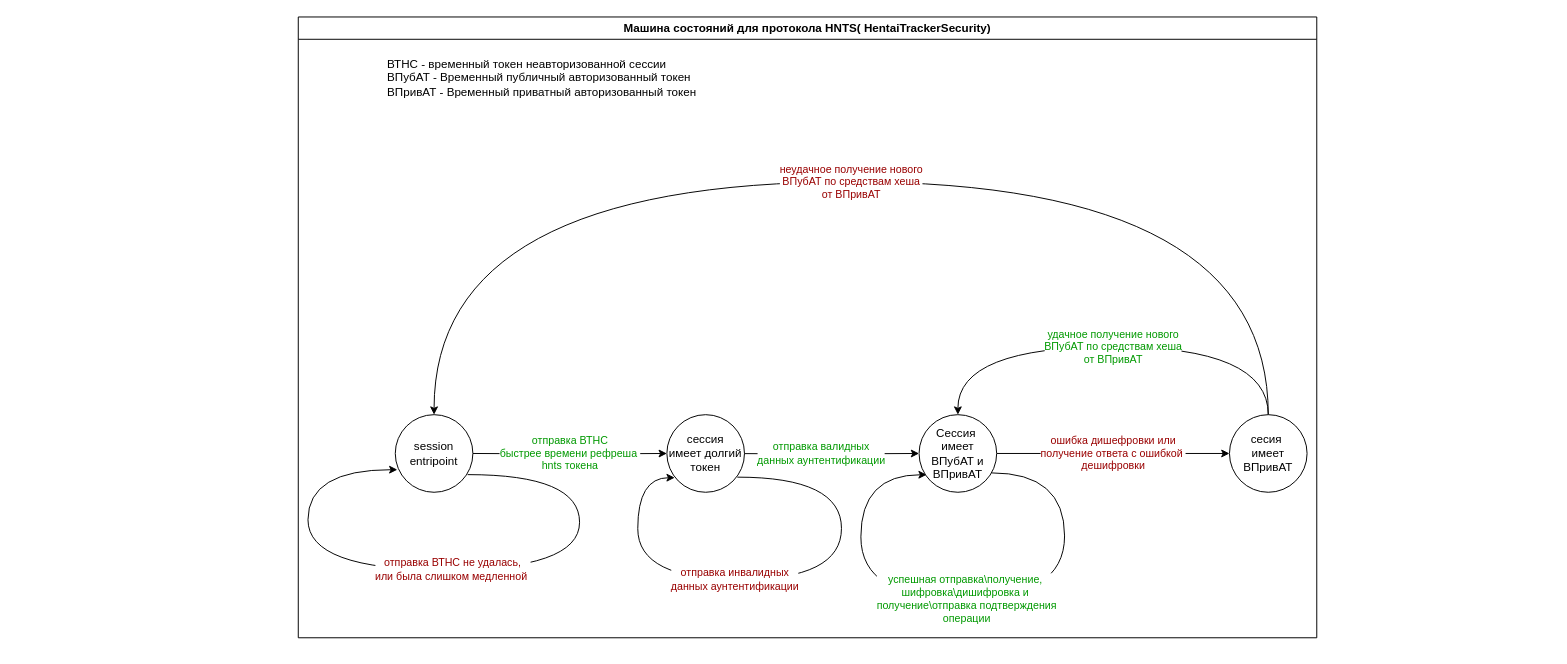
Earlier version of the draw.io diagram doc/state_mashine_HNTS.drawio (BlucherSKK/HentaiTraker). Source tidied: cells renumbered, new cells numbered last; positions are measured from the earlier drawing's top-left corner, leaving out a move shared by most shapes. Both pictures are drawn from the tidied source at 97%, with x=0, y=0 at pixel (298, 16).
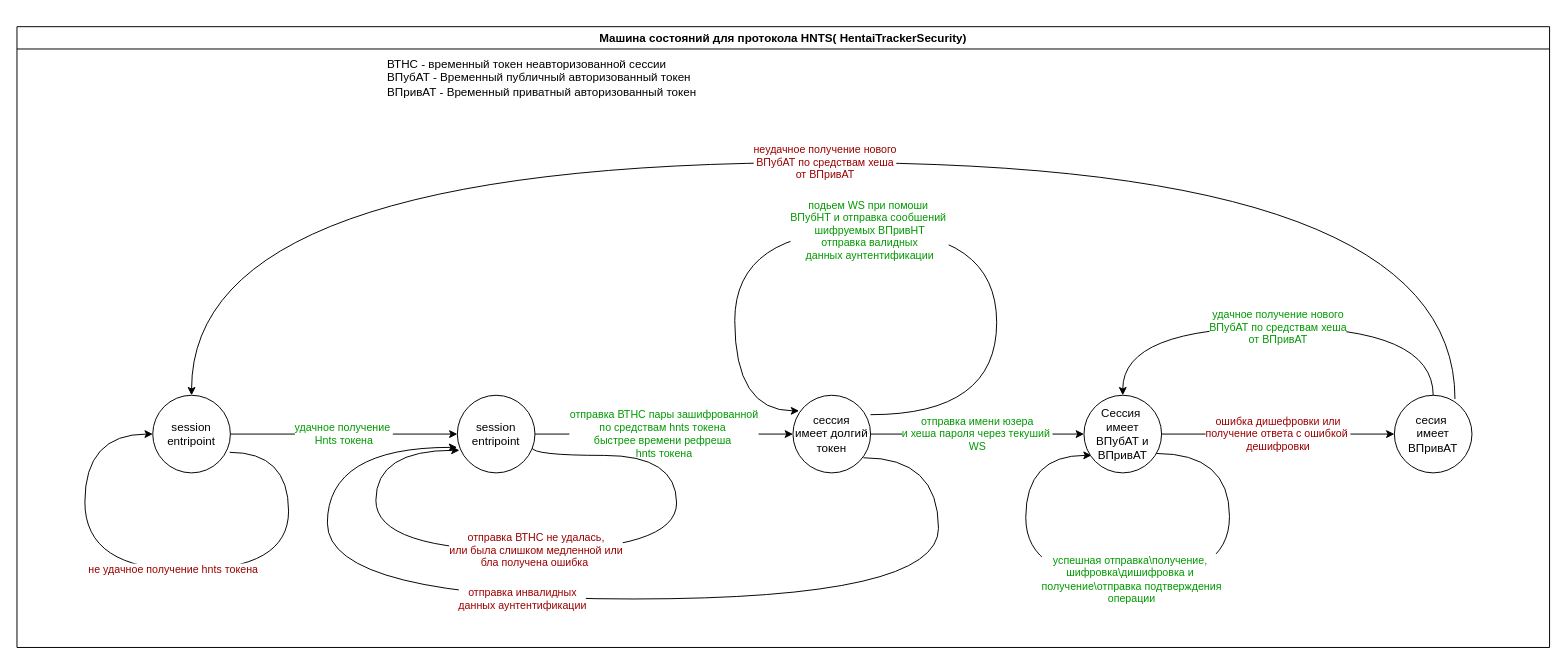
The same diagram, later.

Commit message (it also covers changes not shown here):
update security schema

Diff of the diagram source:
```diff
@@
+    <mxCell id="11" value="&lt;div&gt;ВТНС - временный токен неавторизованной сессии&lt;/div&gt;ВПубАТ - Временный публичный авторизованный токен&amp;nbsp;&lt;div&gt;ВПривАТ - Временный приватный авторизованный токен&lt;/div&gt;&lt;div&gt;&lt;br&gt;&lt;/div&gt;" style="text;html=1;whiteSpace=wrap;strokeColor=none;fillColor=none;align=left;verticalAlign=middle;rounded=0;" parent="1" vertex="1">
+      <mxGeometry x="90" y="20" width="570" height="100" as="geometry" />
+    </mxCell>
+    <mxCell id="15" value="Машина состояний для протокола HNTS( HentaiTrackerSecurity)" style="swimlane;whiteSpace=wrap;html=1;" parent="1" vertex="1">
+      <mxGeometry x="-290" y="10" width="1580" height="640" as="geometry" />
+    </mxCell>
-    <mxCell id="2" value="отправка ВТНС&lt;div&gt;быстрее времени рефреша&amp;nbsp;&lt;br&gt;hnts токена&lt;/div&gt;" style="edgeStyle=orthogonalEdgeStyle;rounded=0;jettySize=auto;html=1;entryX=0;entryY=0.5;entryDx=0;entryDy=0;fontColor=#009900;" parent="1" edge="1" target="7">
-      <mxGeometry relative="1" as="geometry">
-        <mxPoint x="180" y="450" as="sourcePoint" />
-      </mxGeometry>
+    <mxCell id="2" value="отправка ВТНС пары зашифрованной&lt;br&gt;по средствам hnts токена&amp;nbsp;&lt;div&gt;быстрее времени рефреша&amp;nbsp;&lt;br&gt;hnts токена&lt;/div&gt;" style="edgeStyle=orthogonalEdgeStyle;rounded=0;jettySize=auto;html=1;entryX=0;entryY=0.5;entryDx=0;entryDy=0;fontColor=#009900;exitX=1;exitY=0.5;exitDx=0;exitDy=0;" parent="15" edge="1" source="4" target="7">
+      <mxGeometry relative="1" as="geometry" />
     </mxCell>
-    <mxCell id="3" value="отправка ВТНС не удалась,&lt;br&gt;или была слишком медленной&amp;nbsp;" style="edgeStyle=orthogonalEdgeStyle;rounded=0;jettySize=auto;html=1;curved=1;exitX=0.932;exitY=0.811;exitDx=0;exitDy=0;exitPerimeter=0;entryX=0.027;entryY=0.709;entryDx=0;entryDy=0;entryPerimeter=0;fontColor=#990000;" parent="1" edge="1" target="4">
-      <mxGeometry relative="1" as="geometry">
-        <mxPoint x="174.6" y="471.8" as="sourcePoint" />
+    <mxCell id="3" value="отправка ВТНС не удалась,&lt;br&gt;или была слишком медленной или&lt;br&gt;бла получена ошибка&amp;nbsp;" style="edgeStyle=orthogonalEdgeStyle;rounded=0;orthogonalLoop=1;jettySize=auto;html=1;curved=1;exitX=0.961;exitY=0.673;exitDx=0;exitDy=0;exitPerimeter=0;entryX=0.027;entryY=0.709;entryDx=0;entryDy=0;entryPerimeter=0;fontColor=#990000;" parent="15" edge="1" source="4" target="4">
+      <mxGeometry x="0.06" relative="1" as="geometry">
         <Array as="points">
-          <mxPoint x="290" y="472" />
-          <mxPoint x="290" y="570" />
-          <mxPoint x="10" y="570" />
-          <mxPoint x="10" y="467" />
+          <mxPoint x="531" y="442" />
+          <mxPoint x="680" y="442" />
+          <mxPoint x="680" y="540" />
+          <mxPoint x="370" y="540" />
+          <mxPoint x="370" y="437" />
         </Array>
       </mxGeometry>
     </mxCell>
-    <mxCell id="4" value="session&lt;br&gt;entripoint" style="ellipse;whiteSpace=wrap;html=1;" parent="1" vertex="1">
-      <mxGeometry x="100" y="410" width="80" height="80" as="geometry" />
+    <mxCell id="4" value="session&lt;br&gt;entripoint" style="ellipse;whiteSpace=wrap;html=1;" parent="15" vertex="1">
+      <mxGeometry x="454" y="380" width="80" height="80" as="geometry" />
     </mxCell>
-    <mxCell id="5" value="отправка валидных&lt;br&gt;данных аунтентификации" style="edgeStyle=orthogonalEdgeStyle;rounded=0;jettySize=auto;html=1;entryX=0;entryY=0.5;entryDx=0;entryDy=0;fontColor=#009900;" parent="1" edge="1" target="10">
-      <mxGeometry x="0.04" relative="1" as="geometry">
-        <mxPoint x="432" y="450" as="sourcePoint" />
+    <mxCell id="5" value="подьем WS при помоши&amp;nbsp;&lt;br&gt;ВПубНТ и отправка сообшений&amp;nbsp;&lt;br&gt;шифруемых ВПривНТ&lt;br&gt;отправка валидных&lt;br&gt;данных аунтентификации" style="edgeStyle=orthogonalEdgeStyle;rounded=0;jettySize=auto;html=1;fontColor=#009900;curved=1;entryX=0.079;entryY=0.201;entryDx=0;entryDy=0;entryPerimeter=0;" parent="15" edge="1" target="7">
+      <mxGeometry x="0.07" relative="1" as="geometry">
+        <mxPoint x="880" y="400" as="sourcePoint" />
+        <Array as="points">
+          <mxPoint x="1010" y="400" />
+          <mxPoint x="1010" y="210" />
+          <mxPoint x="740" y="210" />
+          <mxPoint x="740" y="396" />
+        </Array>
       </mxGeometry>
     </mxCell>
-    <mxCell id="6" value="отправка инвалидных&lt;br&gt;данных аунтентификации" style="edgeStyle=orthogonalEdgeStyle;rounded=0;orthogonalLoop=1;jettySize=auto;html=1;entryX=0.101;entryY=0.812;entryDx=0;entryDy=0;entryPerimeter=0;curved=1;exitX=0.908;exitY=0.805;exitDx=0;exitDy=0;exitPerimeter=0;fontColor=#990000;" parent="1" edge="1" source="7" target="7">
+    <mxCell id="6" value="отправка инвалидных&lt;br&gt;данных аунтентификации" style="edgeStyle=orthogonalEdgeStyle;rounded=0;jettySize=auto;html=1;curved=1;exitX=0.908;exitY=0.805;exitDx=0;exitDy=0;exitPerimeter=0;fontColor=#990000;entryX=-0.003;entryY=0.671;entryDx=0;entryDy=0;entryPerimeter=0;" parent="15" edge="1" source="7" target="4">
       <mxGeometry x="0.14" relative="1" as="geometry">
         <Array as="points">
-          <mxPoint x="560" y="474" />
-          <mxPoint x="560" y="580" />
-          <mxPoint x="350" y="580" />
-          <mxPoint x="350" y="475" />
+          <mxPoint x="950" y="444" />
+          <mxPoint x="950" y="590" />
+          <mxPoint x="320" y="590" />
+          <mxPoint x="320" y="434" />
         </Array>
       </mxGeometry>
     </mxCell>
+    <mxCell id="16" value="отправка имени юзера&lt;br&gt;и хеша пароля через текуший&amp;nbsp;&lt;br&gt;WS" style="edgeStyle=orthogonalEdgeStyle;rounded=0;jettySize=auto;html=1;fontColor=#009900;" parent="15" edge="1" source="7" target="10">
+      <mxGeometry relative="1" as="geometry" />
+    </mxCell>
-    <mxCell id="7" value="сессия&lt;br&gt;имеет долгий&lt;br&gt;токен" style="ellipse;whiteSpace=wrap;html=1;" parent="1" vertex="1">
-      <mxGeometry x="380" y="410" width="80" height="80" as="geometry" />
+    <mxCell id="7" value="сессия&lt;br&gt;имеет долгий&lt;br&gt;токен" style="ellipse;whiteSpace=wrap;html=1;" parent="15" vertex="1">
+      <mxGeometry x="800" y="380" width="80" height="80" as="geometry" />
     </mxCell>
-    <mxCell id="8" value="успешная отправка\получение,&amp;nbsp;&lt;br&gt;шифровка\дишифровка и&amp;nbsp;&lt;br&gt;получение\отправка подтверждения&lt;br&gt;операции" style="edgeStyle=orthogonalEdgeStyle;rounded=0;orthogonalLoop=1;jettySize=auto;html=1;entryX=0.098;entryY=0.774;entryDx=0;entryDy=0;entryPerimeter=0;curved=1;fontColor=#009900;" parent="1" edge="1" source="10" target="10">
+    <mxCell id="8" value="успешная отправка\получение,&amp;nbsp;&lt;br&gt;шифровка\дишифровка и&amp;nbsp;&lt;br&gt;получение\отправка подтверждения&lt;br&gt;операции" style="edgeStyle=orthogonalEdgeStyle;rounded=0;orthogonalLoop=1;jettySize=auto;html=1;entryX=0.098;entryY=0.774;entryDx=0;entryDy=0;entryPerimeter=0;curved=1;fontColor=#009900;" parent="15" edge="1" source="10" target="10">
       <mxGeometry relative="1" as="geometry">
         <Array as="points">
-          <mxPoint x="790" y="470" />
-          <mxPoint x="790" y="600" />
-          <mxPoint x="580" y="600" />
-          <mxPoint x="580" y="472" />
+          <mxPoint x="1250" y="440" />
+          <mxPoint x="1250" y="570" />
+          <mxPoint x="1040" y="570" />
+          <mxPoint x="1040" y="442" />
         </Array>
       </mxGeometry>
     </mxCell>
-    <mxCell id="9" value="&lt;span style=&quot;font-family: Helvetica; font-size: 11px; font-style: normal; font-variant-ligatures: normal; font-variant-caps: normal; font-weight: 400; letter-spacing: normal; orphans: 2; text-align: center; text-indent: 0px; text-transform: none; widows: 2; word-spacing: 0px; -webkit-text-stroke-width: 0px; white-space: nowrap; background-color: rgb(255, 255, 255); text-decoration-thickness: initial; text-decoration-style: initial; text-decoration-color: initial; float: none; display: inline !important;&quot;&gt;ошибка дишефровки или&lt;/span&gt;&lt;br style=&quot;forced-color-adjust: none; font-family: Helvetica; font-size: 11px; font-style: normal; font-variant-ligatures: normal; font-variant-caps: normal; font-weight: 400; letter-spacing: normal; orphans: 2; text-align: center; text-indent: 0px; text-transform: none; widows: 2; word-spacing: 0px; -webkit-text-stroke-width: 0px; white-space: nowrap; text-decoration-thickness: initial; text-decoration-style: initial; text-decoration-color: initial;&quot;&gt;&lt;span style=&quot;font-family: Helvetica; font-size: 11px; font-style: normal; font-variant-ligatures: normal; font-variant-caps: normal; font-weight: 400; letter-spacing: normal; orphans: 2; text-align: center; text-indent: 0px; text-transform: none; widows: 2; word-spacing: 0px; -webkit-text-stroke-width: 0px; white-space: nowrap; background-color: rgb(255, 255, 255); text-decoration-thickness: initial; text-decoration-style: initial; text-decoration-color: initial; float: none; display: inline !important;&quot;&gt;получение ответа с ошибкой&amp;nbsp;&lt;/span&gt;&lt;br style=&quot;forced-color-adjust: none; font-family: Helvetica; font-size: 11px; font-style: normal; font-variant-ligatures: normal; font-variant-caps: normal; font-weight: 400; letter-spacing: normal; orphans: 2; text-align: center; text-indent: 0px; text-transform: none; widows: 2; word-spacing: 0px; -webkit-text-stroke-width: 0px; white-space: nowrap; text-decoration-thickness: initial; text-decoration-style: initial; text-decoration-color: initial;&quot;&gt;&lt;span style=&quot;font-family: Helvetica; font-size: 11px; font-style: normal; font-variant-ligatures: normal; font-variant-caps: normal; font-weight: 400; letter-spacing: normal; orphans: 2; text-align: center; text-indent: 0px; text-transform: none; widows: 2; word-spacing: 0px; -webkit-text-stroke-width: 0px; white-space: nowrap; background-color: rgb(255, 255, 255); text-decoration-thickness: initial; text-decoration-style: initial; text-decoration-color: initial; float: none; display: inline !important;&quot;&gt;дешифровки&lt;/span&gt;" style="edgeStyle=orthogonalEdgeStyle;rounded=0;jettySize=auto;html=1;fontColor=#990000;" parent="1" edge="1" source="10" target="14">
+    <mxCell id="9" value="&lt;span style=&quot;font-family: Helvetica; font-size: 11px; font-style: normal; font-variant-ligatures: normal; font-variant-caps: normal; font-weight: 400; letter-spacing: normal; orphans: 2; text-align: center; text-indent: 0px; text-transform: none; widows: 2; word-spacing: 0px; -webkit-text-stroke-width: 0px; white-space: nowrap; background-color: rgb(255, 255, 255); text-decoration-thickness: initial; text-decoration-style: initial; text-decoration-color: initial; float: none; display: inline !important;&quot;&gt;ошибка дишефровки или&lt;/span&gt;&lt;br style=&quot;forced-color-adjust: none; font-family: Helvetica; font-size: 11px; font-style: normal; font-variant-ligatures: normal; font-variant-caps: normal; font-weight: 400; letter-spacing: normal; orphans: 2; text-align: center; text-indent: 0px; text-transform: none; widows: 2; word-spacing: 0px; -webkit-text-stroke-width: 0px; white-space: nowrap; text-decoration-thickness: initial; text-decoration-style: initial; text-decoration-color: initial;&quot;&gt;&lt;span style=&quot;font-family: Helvetica; font-size: 11px; font-style: normal; font-variant-ligatures: normal; font-variant-caps: normal; font-weight: 400; letter-spacing: normal; orphans: 2; text-align: center; text-indent: 0px; text-transform: none; widows: 2; word-spacing: 0px; -webkit-text-stroke-width: 0px; white-space: nowrap; background-color: rgb(255, 255, 255); text-decoration-thickness: initial; text-decoration-style: initial; text-decoration-color: initial; float: none; display: inline !important;&quot;&gt;получение ответа с ошибкой&amp;nbsp;&lt;/span&gt;&lt;br style=&quot;forced-color-adjust: none; font-family: Helvetica; font-size: 11px; font-style: normal; font-variant-ligatures: normal; font-variant-caps: normal; font-weight: 400; letter-spacing: normal; orphans: 2; text-align: center; text-indent: 0px; text-transform: none; widows: 2; word-spacing: 0px; -webkit-text-stroke-width: 0px; white-space: nowrap; text-decoration-thickness: initial; text-decoration-style: initial; text-decoration-color: initial;&quot;&gt;&lt;span style=&quot;font-family: Helvetica; font-size: 11px; font-style: normal; font-variant-ligatures: normal; font-variant-caps: normal; font-weight: 400; letter-spacing: normal; orphans: 2; text-align: center; text-indent: 0px; text-transform: none; widows: 2; word-spacing: 0px; -webkit-text-stroke-width: 0px; white-space: nowrap; background-color: rgb(255, 255, 255); text-decoration-thickness: initial; text-decoration-style: initial; text-decoration-color: initial; float: none; display: inline !important;&quot;&gt;дешифровки&lt;/span&gt;" style="edgeStyle=orthogonalEdgeStyle;rounded=0;jettySize=auto;html=1;fontColor=#990000;" parent="15" edge="1" source="10" target="14">
       <mxGeometry relative="1" as="geometry" />
     </mxCell>
-    <mxCell id="10" value="Сессия&amp;nbsp;&lt;br&gt;имеет ВПубАТ и ВПривАТ" style="ellipse;whiteSpace=wrap;html=1;" parent="1" vertex="1">
-      <mxGeometry x="640" y="410" width="80" height="80" as="geometry" />
+    <mxCell id="10" value="Сессия&amp;nbsp;&lt;br&gt;имеет ВПубАТ и ВПривАТ" style="ellipse;whiteSpace=wrap;html=1;" parent="15" vertex="1">
+      <mxGeometry x="1100" y="380" width="80" height="80" as="geometry" />
     </mxCell>
-    <mxCell id="11" value="&lt;div&gt;ВТНС - временный токен неавторизованной сессии&lt;/div&gt;ВПубАТ - Временный публичный авторизованный токен&amp;nbsp;&lt;div&gt;ВПривАТ - Временный приватный авторизованный токен&lt;/div&gt;&lt;div&gt;&lt;br&gt;&lt;/div&gt;" style="text;html=1;whiteSpace=wrap;strokeColor=none;fillColor=none;align=left;verticalAlign=middle;rounded=0;" parent="1" vertex="1">
-      <mxGeometry x="90" y="20" width="570" height="100" as="geometry" />
-    </mxCell>
-    <mxCell id="12" value="удачное получение нового&lt;br&gt;ВПубАТ по средствам хеша&lt;br&gt;от ВПривАТ" style="edgeStyle=orthogonalEdgeStyle;rounded=0;jettySize=auto;html=1;curved=1;entryX=0.5;entryY=0;entryDx=0;entryDy=0;fontColor=#009900;" parent="1" edge="1" source="14" target="10">
+    <mxCell id="12" value="удачное получение нового&lt;br&gt;ВПубАТ по средствам хеша&lt;br&gt;от ВПривАТ" style="edgeStyle=orthogonalEdgeStyle;rounded=0;jettySize=auto;html=1;curved=1;entryX=0.5;entryY=0;entryDx=0;entryDy=0;fontColor=#009900;" parent="15" edge="1" source="14" target="10">
       <mxGeometry relative="1" as="geometry">
         <Array as="points">
-          <mxPoint x="1000" y="340" />
-          <mxPoint x="680" y="340" />
+          <mxPoint x="1460" y="310" />
+          <mxPoint x="1140" y="310" />
         </Array>
       </mxGeometry>
     </mxCell>
-    <mxCell id="13" value="неудачное получение нового&lt;br&gt;ВПубАТ по средствам хеша&lt;br&gt;от ВПривАТ" style="edgeStyle=orthogonalEdgeStyle;rounded=0;jettySize=auto;html=1;curved=1;fontColor=#990000;" parent="1" edge="1" source="14" target="4">
+    <mxCell id="13" value="неудачное получение нового&lt;br&gt;ВПубАТ по средствам хеша&lt;br&gt;от ВПривАТ" style="edgeStyle=orthogonalEdgeStyle;rounded=0;jettySize=auto;html=1;curved=1;fontColor=#990000;exitX=0.781;exitY=0.048;exitDx=0;exitDy=0;exitPerimeter=0;" parent="15" edge="1" source="14" target="19">
       <mxGeometry relative="1" as="geometry">
         <Array as="points">
-          <mxPoint x="1000" y="170" />
-          <mxPoint x="140" y="170" />
+          <mxPoint x="1483" y="140" />
+          <mxPoint x="180" y="140" />
         </Array>
       </mxGeometry>
     </mxCell>
-    <mxCell id="14" value="сесия&amp;nbsp;&lt;br&gt;имеет&lt;br&gt;ВПривАТ" style="ellipse;whiteSpace=wrap;html=1;" parent="1" vertex="1">
-      <mxGeometry x="960" y="410" width="80" height="80" as="geometry" />
+    <mxCell id="14" value="сесия&amp;nbsp;&lt;br&gt;имеет&lt;br&gt;ВПривАТ" style="ellipse;whiteSpace=wrap;html=1;" parent="15" vertex="1">
+      <mxGeometry x="1420" y="380" width="80" height="80" as="geometry" />
     </mxCell>
-    <mxCell id="15" value="Машина состояний для протокола HNTS( HentaiTrackerSecurity)" style="swimlane;whiteSpace=wrap;html=1;" parent="1" vertex="1">
-      <mxGeometry width="1050" height="640" as="geometry" />
-    </mxCell>
+    <mxCell id="17" value="&lt;font style=&quot;color: rgb(0, 153, 0);&quot;&gt;удачное получение&amp;nbsp;&lt;br&gt;Hnts токена&lt;/font&gt;" style="edgeStyle=orthogonalEdgeStyle;rounded=0;jettySize=auto;html=1;entryX=0;entryY=0.5;entryDx=0;entryDy=0;" parent="15" edge="1" source="19" target="4">
+      <mxGeometry relative="1" as="geometry" />
+    </mxCell>
+    <mxCell id="18" value="&lt;font style=&quot;color: rgb(153, 0, 0);&quot;&gt;не удачное получение hnts токена&lt;/font&gt;" style="edgeStyle=orthogonalEdgeStyle;rounded=0;orthogonalLoop=1;jettySize=auto;html=1;curved=1;exitX=0.991;exitY=0.735;exitDx=0;exitDy=0;exitPerimeter=0;" parent="15" edge="1" source="19" target="19">
+      <mxGeometry relative="1" as="geometry">
+        <Array as="points">
+          <mxPoint x="280" y="439" />
+          <mxPoint x="280" y="560" />
+          <mxPoint x="70" y="560" />
+          <mxPoint x="70" y="420" />
+        </Array>
+      </mxGeometry>
+    </mxCell>
+    <mxCell id="19" value="session&lt;br&gt;entripoint" style="ellipse;whiteSpace=wrap;html=1;" parent="15" vertex="1">
+      <mxGeometry x="140" y="380" width="80" height="80" as="geometry" />
+    </mxCell>
```
